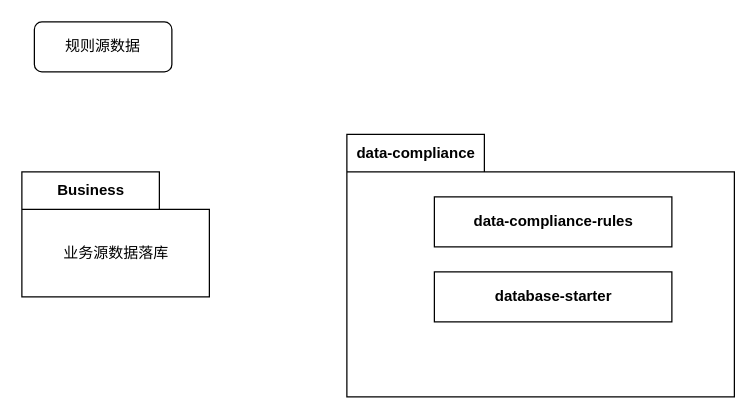
Above: 数据合规.drawio in ccoderJava/draw-diagrams (draw.io), before the change. Source tidied: cells renumbered, new cells numbered last; positions are measured from the earlier drawing's top-left corner, leaving out a move shared by most shapes. Both pictures are drawn from the tidied source at 125%, with x=0, y=0 at pixel (21, 21).
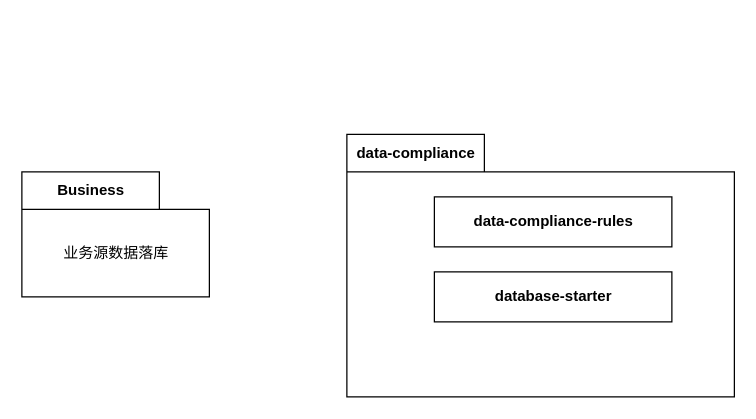
After the change.

Commit message (it also covers changes not shown here):
更新数据合规.drawio

Change to the diagram source:
```diff
@@
 <mxGraphModel>
   <root>
     <mxCell id="0" />
     <mxCell id="1" parent="0" />
     <mxCell id="2" value="data-compliance" style="shape=folder;fontStyle=1;tabWidth=110;tabHeight=30;tabPosition=left;html=1;boundedLbl=1;labelInHeader=1;" parent="1" vertex="1">
       <mxGeometry x="260" y="90" width="310" height="210" as="geometry" />
     </mxCell>
     <mxCell id="3" value="&lt;b&gt;data-compliance-rules&lt;/b&gt;" style="html=1;" parent="2" vertex="1">
       <mxGeometry width="190" height="40" relative="1" as="geometry">
         <mxPoint x="70" y="50" as="offset" />
       </mxGeometry>
     </mxCell>
     <mxCell id="4" value="&lt;b&gt;database-starter&lt;/b&gt;" style="html=1;" parent="2" vertex="1">
       <mxGeometry x="70" y="110" width="190" height="40" as="geometry" />
     </mxCell>
-    <mxCell id="5" value="规则源数据" style="rounded=1;whiteSpace=wrap;html=1;" parent="1" vertex="1">
-      <mxGeometry x="10" width="110" height="40" as="geometry" />
-    </mxCell>
     <mxCell id="6" value="Business" style="shape=folder;fontStyle=1;tabWidth=110;tabHeight=30;tabPosition=left;html=1;boundedLbl=1;labelInHeader=1;" parent="1" vertex="1">
       <mxGeometry y="120" width="150" height="100" as="geometry" />
     </mxCell>
     <mxCell id="7" value="业务源数据落库" style="html=1;strokeColor=none;fillColor=none;" parent="6" vertex="1">
       <mxGeometry width="150" height="70" relative="1" as="geometry">
         <mxPoint y="30" as="offset" />
       </mxGeometry>
     </mxCell>
   </root>
 </mxGraphModel>
```
